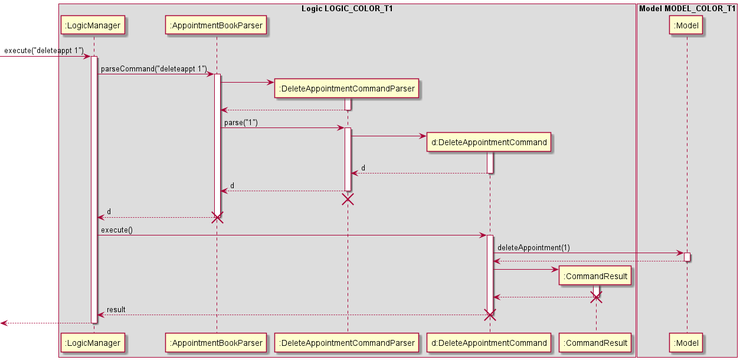
Before: docs/images/DeleteAppointmentSequenceDiagram.png, a diagram exported from PlantUML (thutahw/tp).
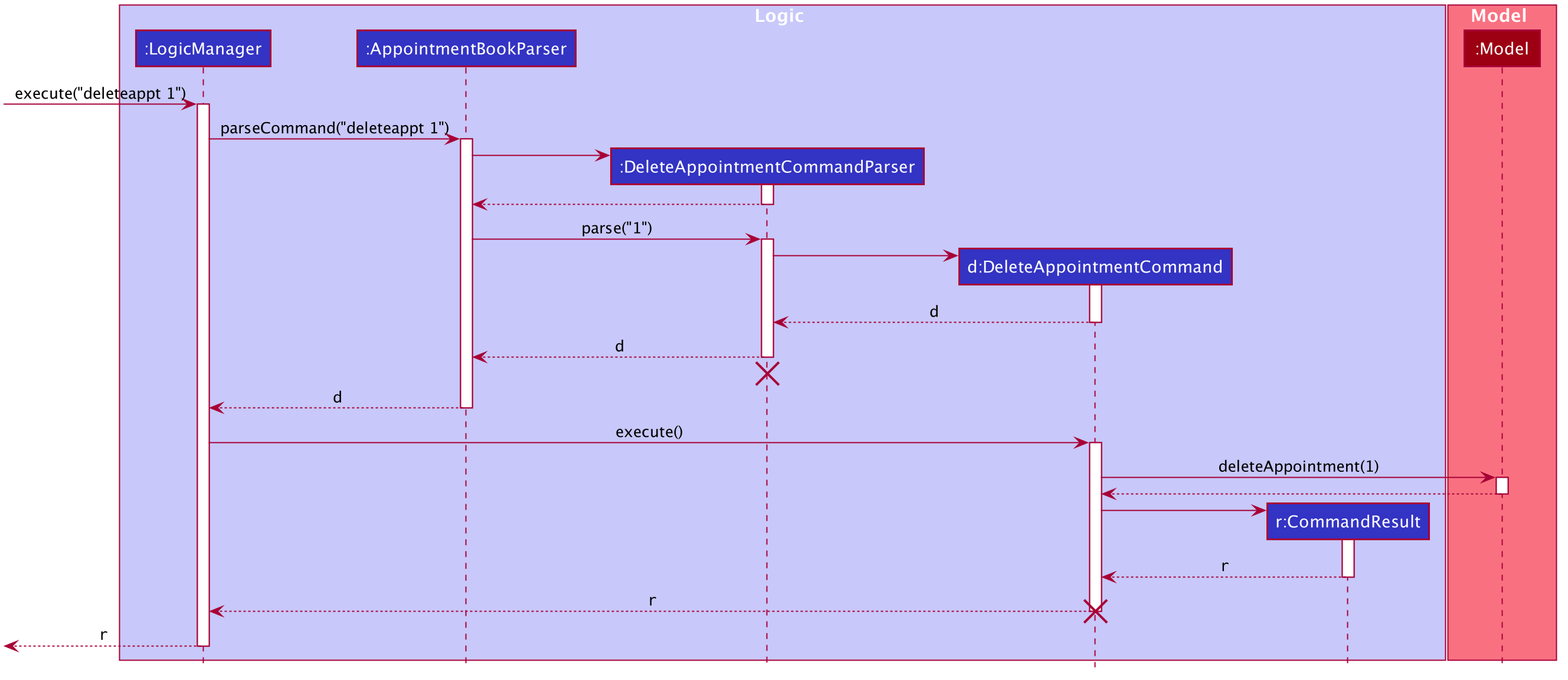
Above is the later version.

Commit message:
Refactor UI class diagram for cleaner look

What changed in the source:
```diff
@@ -1,15 +1,63 @@
 @startuml
 
-box Logic LOGIC_COLOR_T1
-participant ":LogicManager" as LogicManager
-participant ":AppointmentBookParser" as AppointmentBookParser
-participant ":DeleteAppointmentCommandParser" as DeleteAppointmentCommandParser
-participant "d:DeleteAppointmentCommand" as DeleteAppointmentCommand
-participant ":CommandResult" as CommandResult
+
+
+
+
+
+
+
+skinparam BackgroundColor #FFFFFFF
+
+skinparam Shadowing false
+
+skinparam Class {
+    FontColor #FFFFFF
+    BorderThickness 1
+    BorderColor #FFFFFF
+    StereotypeFontColor #FFFFFF
+    FontName Arial
+}
+
+skinparam Actor {
+    BorderColor #000000
+    Color #000000
+    FontName Arial
+}
+
+skinparam Sequence {
+    MessageAlign center
+    BoxFontSize 15
+    BoxPadding 0
+    BoxFontColor #FFFFFF
+    FontName Arial
+}
+
+skinparam Participant {
+    FontColor #FFFFFFF
+    Padding 20
+}
+
+skinparam MinClassWidth 50
+skinparam ParticipantPadding 10
+skinparam Shadowing false
+skinparam DefaultTextAlignment center
+skinparam packageStyle Rectangle
+
+hide footbox
+hide members
+hide circle
+
+box Logic #C8C8FA
+participant ":LogicManager" as LogicManager #3333C4
+participant ":AppointmentBookParser" as AppointmentBookParser #3333C4
+participant ":DeleteAppointmentCommandParser" as DeleteAppointmentCommandParser #3333C4
+participant "d:DeleteAppointmentCommand" as DeleteAppointmentCommand #3333C4
+participant "r:CommandResult" as CommandResult #3333C4
 end box
 
-box Model MODEL_COLOR_T1
-participant ":Model" as Model
+box Model #F97181
+participant ":Model" as Model #9D0012
 end box
 
 [-> LogicManager : execute("deleteappt 1")
@@ -41,7 +89,7 @@
 destroy DeleteAppointmentCommandParser
 
 AppointmentBookParser --> LogicManager : d
-destroy AppointmentBookParser
+deactivate AppointmentBookParser
 
 LogicManager -> DeleteAppointmentCommand : execute()
 activate DeleteAppointmentCommand
@@ -56,13 +104,13 @@
 DeleteAppointmentCommand -> CommandResult
 activate CommandResult
 
-CommandResult --> DeleteAppointmentCommand
-destroy CommandResult
+CommandResult --> DeleteAppointmentCommand : ""r""
+deactivate CommandResult
 
 
-DeleteAppointmentCommand --> LogicManager : result
+DeleteAppointmentCommand --> LogicManager : ""r""
 destroy DeleteAppointmentCommand
 
-[<--LogicManager
+[<--LogicManager : ""r""
 deactivate LogicManager
 @enduml
```
